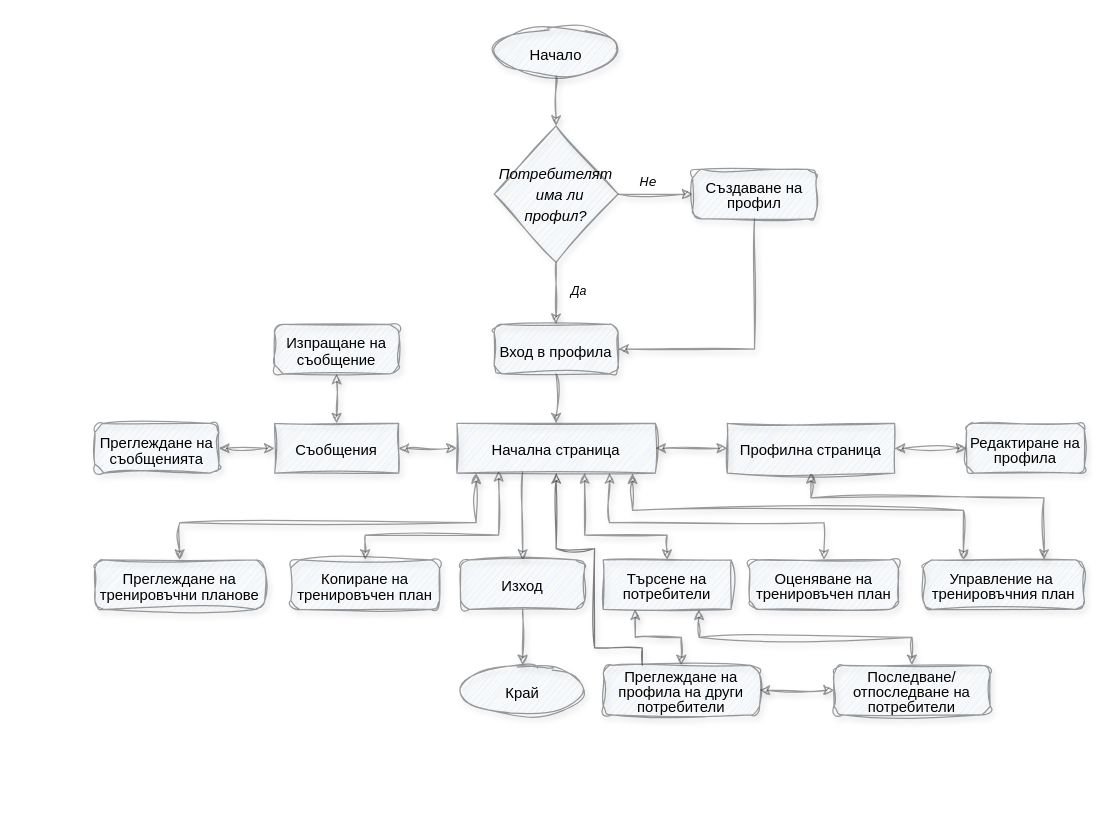
This is fitmissive-userflow.drawio from ser-hub/fitmissive-docs, a draw.io file, before an edit. Source tidied: cells renumbered, new cells numbered last; positions are measured from the earlier drawing's top-left corner, leaving out a move shared by most shapes. Both pictures are drawn from the tidied source at 124%, with x=0, y=0 at pixel (94, 26).
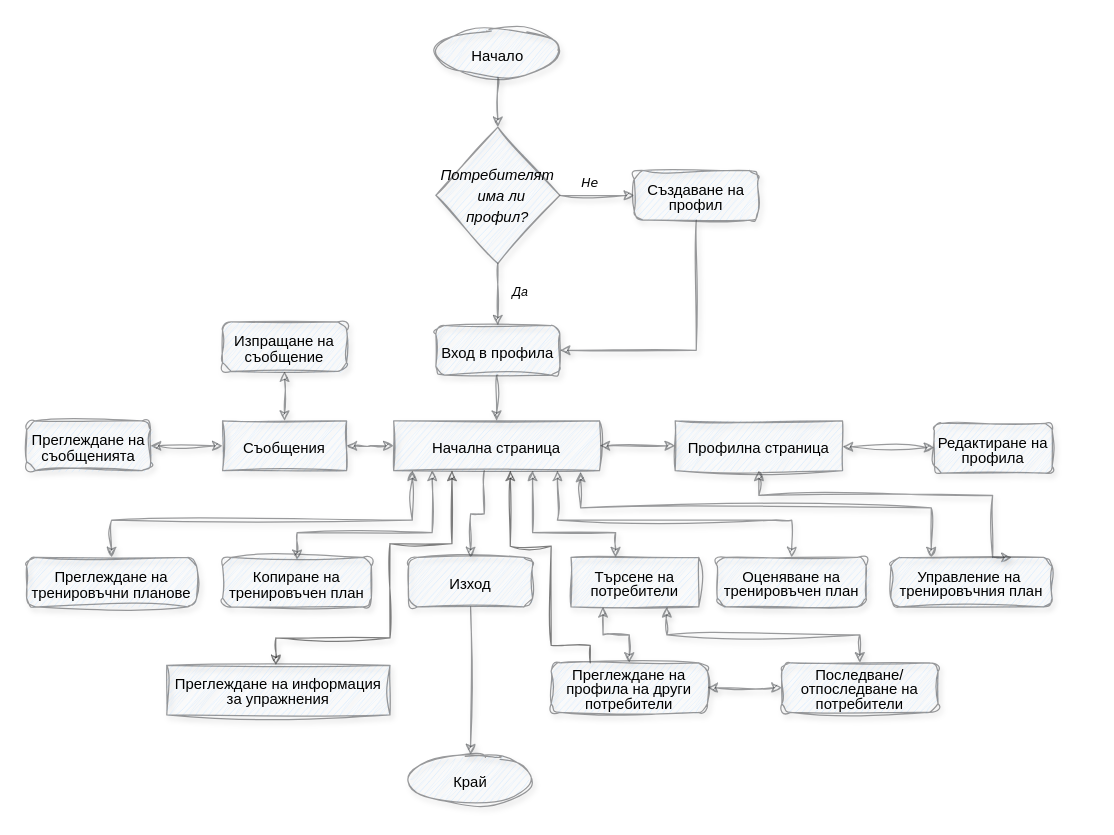
The same diagram, later.

What changed in the source:
```diff
@@
     <mxCell id="5" value="&lt;p style=&quot;line-height: 75%;&quot;&gt;&lt;span style=&quot;font-size: 12px; font-family: Helvetica; background-color: initial;&quot;&gt;&lt;i&gt;&amp;nbsp;Потребителят&amp;nbsp; &amp;nbsp; има ли профил?&lt;/i&gt;&lt;/span&gt;&lt;br&gt;&lt;/p&gt;" style="rhombus;whiteSpace=wrap;html=1;hachureGap=4;fontFamily=Architects Daughter;fontSize=20;align=center;strokeWidth=1;shadow=1;sketch=1;curveFitting=1;jiggle=2;opacity=50;fillColor=#cce5ff;strokeColor=#36393d;" parent="1" vertex="1">
-      <mxGeometry x="322" y="80" width="100" height="110" as="geometry" />
+      <mxGeometry x="275" y="81" width="100" height="110" as="geometry" />
     </mxCell>
     <mxCell id="6" value="&lt;p style=&quot;line-height: 50%;&quot;&gt;&lt;font face=&quot;Helvetica&quot; style=&quot;font-size: 12px;&quot;&gt;Създаване на профил&lt;/font&gt;&lt;/p&gt;" style="rounded=1;whiteSpace=wrap;html=1;absoluteArcSize=1;arcSize=14;strokeWidth=1;hachureGap=4;fontFamily=Architects Daughter;fontSize=20;shadow=1;sketch=1;curveFitting=1;jiggle=2;opacity=50;fillColor=#cce5ff;strokeColor=#36393d;" parent="1" vertex="1">
-      <mxGeometry x="482" y="115" width="100" height="40" as="geometry" />
+      <mxGeometry x="435" y="116" width="100" height="40" as="geometry" />
     </mxCell>
     <mxCell id="7" value="&lt;font face=&quot;Helvetica&quot; style=&quot;font-size: 12px;&quot;&gt;Начало&lt;/font&gt;" style="strokeWidth=1;html=1;shape=mxgraph.flowchart.start_1;whiteSpace=wrap;hachureGap=4;fontFamily=Architects Daughter;fontSize=20;shadow=1;sketch=1;curveFitting=1;jiggle=2;opacity=50;fillColor=#cce5ff;strokeColor=#36393d;" parent="1" vertex="1">
-      <mxGeometry x="322" width="100" height="40" as="geometry" />
+      <mxGeometry x="275" y="1" width="100" height="40" as="geometry" />
     </mxCell>
     <mxCell id="8" value="&lt;font face=&quot;Helvetica&quot; style=&quot;font-size: 12px;&quot;&gt;Край&lt;/font&gt;" style="strokeWidth=1;html=1;shape=mxgraph.flowchart.start_1;whiteSpace=wrap;hachureGap=4;fontFamily=Architects Daughter;fontSize=20;shadow=1;sketch=1;curveFitting=1;jiggle=2;opacity=50;fillColor=#cce5ff;strokeColor=#36393d;" parent="1" vertex="1">
-      <mxGeometry x="295" y="515" width="100" height="40" as="geometry" />
+      <mxGeometry x="253" y="587" width="100" height="40" as="geometry" />
     </mxCell>
@@
     <mxCell id="10" value="&lt;font style=&quot;font-size: 12px;&quot; face=&quot;Helvetica&quot;&gt;Вход в профила&lt;/font&gt;" style="rounded=1;whiteSpace=wrap;html=1;absoluteArcSize=1;arcSize=14;strokeWidth=1;hachureGap=4;fontFamily=Architects Daughter;fontSize=20;shadow=1;sketch=1;curveFitting=1;jiggle=2;opacity=50;fillColor=#cce5ff;strokeColor=#36393d;" parent="1" vertex="1">
-      <mxGeometry x="322" y="240" width="100" height="40" as="geometry" />
+      <mxGeometry x="275" y="241" width="100" height="40" as="geometry" />
     </mxCell>
     <mxCell id="11" value="&lt;p style=&quot;line-height: 60%;&quot;&gt;&lt;font style=&quot;font-size: 10px;&quot; face=&quot;Verdana&quot;&gt;&lt;i&gt;Не&lt;/i&gt;&lt;/font&gt;&lt;/p&gt;" style="text;html=1;align=center;verticalAlign=middle;strokeColor=#36393d;fillColor=#cce5ff;fontSize=20;fontFamily=Architects Daughter;shadow=1;sketch=1;curveFitting=1;jiggle=2;strokeWidth=1;opacity=0;" parent="1" vertex="1">
-      <mxGeometry x="426" y="89" width="40" height="70" as="geometry" />
+      <mxGeometry x="379" y="90" width="40" height="70" as="geometry" />
     </mxCell>
-    <mxCell id="12" style="rounded=0;hachureGap=4;jettySize=auto;html=1;fontFamily=Architects Daughter;fontSize=16;exitX=0.331;exitY=0.975;exitDx=0;exitDy=0;exitPerimeter=0;shadow=1;sketch=1;curveFitting=1;jiggle=2;strokeWidth=1;opacity=50;fillColor=#cce5ff;strokeColor=#36393d;" parent="1" edge="1" source="17" target="23">
-      <mxGeometry relative="1" as="geometry" />
+    <mxCell id="12" style="rounded=0;hachureGap=4;jettySize=auto;html=1;fontFamily=Architects Daughter;fontSize=16;shadow=1;sketch=1;curveFitting=1;jiggle=2;strokeWidth=1;opacity=50;fillColor=#cce5ff;strokeColor=#36393d;edgeStyle=orthogonalEdgeStyle;" parent="1" edge="1" source="17" target="23">
+      <mxGeometry relative="1" as="geometry">
+        <Array as="points">
+          <mxPoint x="314" y="393" />
+          <mxPoint x="303" y="393" />
+        </Array>
+      </mxGeometry>
     </mxCell>
@@
-    <mxCell id="14" style="edgeStyle=orthogonalEdgeStyle;shape=connector;rounded=0;hachureGap=4;jettySize=auto;html=1;exitX=0.21;exitY=0.958;exitDx=0;exitDy=0;labelBackgroundColor=default;strokeColor=#36393d;fontFamily=Architects Daughter;fontSize=20;fontColor=default;endArrow=classic;startArrow=classic;startFill=1;entryX=0.5;entryY=0;entryDx=0;entryDy=0;exitPerimeter=0;shadow=1;sketch=1;curveFitting=1;jiggle=2;strokeWidth=1;opacity=50;fillColor=#cce5ff;" parent="1" edge="1" source="17" target="34">
+    <mxCell id="14" style="edgeStyle=orthogonalEdgeStyle;shape=connector;rounded=0;hachureGap=4;jettySize=auto;html=1;labelBackgroundColor=default;strokeColor=#36393d;fontFamily=Architects Daughter;fontSize=20;fontColor=default;endArrow=classic;startArrow=classic;startFill=1;entryX=0.501;entryY=0.056;entryDx=0;entryDy=0;shadow=1;sketch=1;curveFitting=1;jiggle=2;strokeWidth=1;opacity=50;fillColor=#cce5ff;entryPerimeter=0;" parent="1" edge="1" source="17" target="34">
       <mxGeometry relative="1" as="geometry">
         <Array as="points">
-          <mxPoint x="326" y="410" />
-          <mxPoint x="218" y="410" />
+          <mxPoint x="272" y="408" />
+          <mxPoint x="163" y="408" />
         </Array>
       </mxGeometry>
     </mxCell>
-    <mxCell id="15" style="edgeStyle=orthogonalEdgeStyle;shape=connector;rounded=0;hachureGap=4;jettySize=auto;html=1;exitX=0.097;exitY=1.008;exitDx=0;exitDy=0;labelBackgroundColor=default;strokeColor=#36393d;fontFamily=Architects Daughter;fontSize=20;fontColor=default;endArrow=classic;startArrow=classic;startFill=1;exitPerimeter=0;entryX=0.5;entryY=0;entryDx=0;entryDy=0;shadow=1;sketch=1;curveFitting=1;jiggle=2;strokeWidth=1;opacity=50;fillColor=#cce5ff;" parent="1" edge="1" source="17" target="33">
+    <mxCell id="15" style="edgeStyle=orthogonalEdgeStyle;shape=connector;rounded=0;hachureGap=4;jettySize=auto;html=1;labelBackgroundColor=default;strokeColor=#36393d;fontFamily=Architects Daughter;fontSize=20;fontColor=default;endArrow=classic;startArrow=classic;startFill=1;entryX=0.5;entryY=0;entryDx=0;entryDy=0;shadow=1;sketch=1;curveFitting=1;jiggle=2;strokeWidth=1;opacity=50;fillColor=#cce5ff;" parent="1" edge="1" source="17" target="33">
       <mxGeometry relative="1" as="geometry">
         <Array as="points">
-          <mxPoint x="308" y="400" />
-          <mxPoint x="69" y="400" />
+          <mxPoint x="256" y="398" />
+          <mxPoint x="14" y="398" />
         </Array>
       </mxGeometry>
     </mxCell>
-    <mxCell id="16" style="edgeStyle=elbowEdgeStyle;shape=connector;rounded=0;hachureGap=4;jettySize=auto;html=1;exitX=0.885;exitY=1.008;exitDx=0;exitDy=0;labelBackgroundColor=default;strokeColor=#36393d;fontFamily=Architects Daughter;fontSize=20;fontColor=default;endArrow=classic;startArrow=classic;startFill=1;elbow=vertical;entryX=0.25;entryY=0;entryDx=0;entryDy=0;exitPerimeter=0;shadow=1;sketch=1;curveFitting=1;jiggle=2;strokeWidth=1;opacity=50;fillColor=#cce5ff;" parent="1" edge="1" source="17" target="26">
+    <mxCell id="16" style="edgeStyle=elbowEdgeStyle;shape=connector;rounded=0;hachureGap=4;jettySize=auto;html=1;exitX=0.908;exitY=1.022;exitDx=0;exitDy=0;labelBackgroundColor=default;strokeColor=#36393d;fontFamily=Architects Daughter;fontSize=20;fontColor=default;endArrow=classic;startArrow=classic;startFill=1;elbow=vertical;entryX=0.25;entryY=0;entryDx=0;entryDy=0;exitPerimeter=0;shadow=1;sketch=1;curveFitting=1;jiggle=2;strokeWidth=1;opacity=50;fillColor=#cce5ff;" parent="1" edge="1" source="17" target="26">
       <mxGeometry relative="1" as="geometry">
         <Array as="points">
-          <mxPoint x="578" y="390" />
+          <mxPoint x="536" y="388" />
         </Array>
       </mxGeometry>
     </mxCell>
     <mxCell id="17" value="&lt;p style=&quot;line-height: 50%;&quot;&gt;&lt;font style=&quot;font-size: 12px;&quot; face=&quot;Helvetica&quot;&gt;Начална страница&lt;/font&gt;&lt;/p&gt;" style="rounded=0;whiteSpace=wrap;html=1;absoluteArcSize=1;arcSize=14;strokeWidth=1;hachureGap=4;fontFamily=Architects Daughter;fontSize=20;shadow=1;sketch=1;curveFitting=1;jiggle=2;opacity=50;fillColor=#cce5ff;strokeColor=#36393d;" parent="1" vertex="1">
-      <mxGeometry x="292" y="320" width="160" height="40" as="geometry" />
+      <mxGeometry x="241" y="318" width="166" height="40" as="geometry" />
     </mxCell>
     <mxCell id="18" value="&lt;font style=&quot;font-size: 10px;&quot; face=&quot;Helvetica&quot;&gt;&lt;i&gt;Да&lt;/i&gt;&lt;/font&gt;" style="text;html=1;align=center;verticalAlign=middle;strokeColor=#36393d;fillColor=#cce5ff;fontSize=20;fontFamily=Architects Daughter;shadow=1;sketch=1;curveFitting=1;jiggle=2;strokeWidth=1;opacity=0;" parent="1" vertex="1">
-      <mxGeometry x="370" y="190" width="40" height="40" as="geometry" />
+      <mxGeometry x="323" y="191" width="40" height="40" as="geometry" />
     </mxCell>
@@
     <mxCell id="20" style="edgeStyle=orthogonalEdgeStyle;shape=connector;rounded=0;hachureGap=4;jettySize=auto;html=1;labelBackgroundColor=default;strokeColor=#36393d;fontFamily=Architects Daughter;fontSize=20;fontColor=default;endArrow=classic;startArrow=classic;startFill=1;entryX=0.75;entryY=0;entryDx=0;entryDy=0;shadow=1;sketch=1;curveFitting=1;jiggle=2;strokeWidth=1;opacity=50;fillColor=#cce5ff;" parent="1" edge="1" source="21" target="26">
       <mxGeometry relative="1" as="geometry">
         <Array as="points">
-          <mxPoint x="578" y="380" />
-          <mxPoint x="766" y="380" />
+          <mxPoint x="536" y="378" />
+          <mxPoint x="724" y="378" />
         </Array>
       </mxGeometry>
     </mxCell>
     <mxCell id="21" value="&lt;p style=&quot;line-height: 50%;&quot;&gt;&lt;font style=&quot;font-size: 12px;&quot; face=&quot;Helvetica&quot;&gt;Профилна страница&lt;/font&gt;&lt;/p&gt;" style="rounded=0;whiteSpace=wrap;html=1;absoluteArcSize=1;arcSize=14;strokeWidth=1;hachureGap=4;fontFamily=Architects Daughter;fontSize=20;shadow=1;sketch=1;curveFitting=1;jiggle=2;opacity=50;fillColor=#cce5ff;strokeColor=#36393d;" parent="1" vertex="1">
-      <mxGeometry x="510" y="320" width="135" height="40" as="geometry" />
+      <mxGeometry x="468" y="318" width="135" height="40" as="geometry" />
     </mxCell>
@@
     <mxCell id="23" value="&lt;p style=&quot;line-height: 50%;&quot;&gt;&lt;font style=&quot;font-size: 12px;&quot; face=&quot;Helvetica&quot;&gt;Изход&lt;/font&gt;&lt;/p&gt;" style="rounded=1;whiteSpace=wrap;html=1;absoluteArcSize=1;arcSize=14;strokeWidth=1;hachureGap=4;fontFamily=Architects Daughter;fontSize=20;shadow=1;sketch=1;curveFitting=1;jiggle=2;opacity=50;fillColor=#cce5ff;strokeColor=#36393d;" parent="1" vertex="1">
-      <mxGeometry x="295" y="430" width="100" height="40" as="geometry" />
+      <mxGeometry x="253" y="428" width="100" height="40" as="geometry" />
     </mxCell>
@@
     <mxCell id="25" value="&lt;p style=&quot;line-height: 50%;&quot;&gt;&lt;font face=&quot;Helvetica&quot;&gt;&lt;span style=&quot;font-size: 12px;&quot;&gt;Съобщения&lt;/span&gt;&lt;/font&gt;&lt;/p&gt;" style="rounded=0;whiteSpace=wrap;html=1;absoluteArcSize=1;arcSize=14;strokeWidth=1;hachureGap=4;fontFamily=Architects Daughter;fontSize=20;shadow=1;sketch=1;curveFitting=1;jiggle=2;opacity=50;fillColor=#cce5ff;strokeColor=#36393d;" parent="1" vertex="1">
-      <mxGeometry x="145" y="320" width="100" height="40" as="geometry" />
+      <mxGeometry x="103" y="318" width="100" height="40" as="geometry" />
     </mxCell>
     <mxCell id="26" value="&lt;p style=&quot;line-height: 50%;&quot;&gt;&lt;font style=&quot;font-size: 12px;&quot; face=&quot;Helvetica&quot;&gt;Управление на&amp;nbsp; тренировъчния план&lt;/font&gt;&lt;/p&gt;" style="rounded=1;whiteSpace=wrap;html=1;absoluteArcSize=1;arcSize=14;strokeWidth=1;hachureGap=4;fontFamily=Architects Daughter;fontSize=20;shadow=1;sketch=1;curveFitting=1;jiggle=2;opacity=50;fillColor=#cce5ff;strokeColor=#36393d;" parent="1" vertex="1">
-      <mxGeometry x="668" y="430" width="130" height="40" as="geometry" />
+      <mxGeometry x="642" y="428" width="130" height="40" as="geometry" />
     </mxCell>
@@
     <mxCell id="28" value="&lt;p style=&quot;line-height: 50%;&quot;&gt;&lt;font style=&quot;font-size: 12px;&quot; face=&quot;Helvetica&quot;&gt;Редактиране на профила&lt;/font&gt;&lt;/p&gt;" style="whiteSpace=wrap;html=1;fontSize=20;fontFamily=Architects Daughter;rounded=1;arcSize=14;strokeWidth=1;hachureGap=4;shadow=1;sketch=1;curveFitting=1;jiggle=2;opacity=50;fillColor=#cce5ff;strokeColor=#36393d;" parent="1" vertex="1">
-      <mxGeometry x="703" y="320" width="95" height="40" as="geometry" />
+      <mxGeometry x="677" y="320" width="95" height="40" as="geometry" />
     </mxCell>
@@
     <mxCell id="30" value="&lt;p style=&quot;line-height: 50%;&quot;&gt;&lt;font face=&quot;Helvetica&quot;&gt;&lt;span style=&quot;font-size: 12px;&quot;&gt;Преглеждане на съобщенията&lt;/span&gt;&lt;/font&gt;&lt;/p&gt;" style="rounded=1;whiteSpace=wrap;html=1;absoluteArcSize=1;arcSize=14;strokeWidth=1;hachureGap=4;fontFamily=Architects Daughter;fontSize=20;shadow=1;sketch=1;curveFitting=1;jiggle=2;opacity=50;fillColor=#cce5ff;strokeColor=#36393d;" parent="1" vertex="1">
-      <mxGeometry y="320" width="100" height="40" as="geometry" />
+      <mxGeometry x="-55" y="318" width="100" height="40" as="geometry" />
     </mxCell>
@@
     <mxCell id="32" value="&lt;p style=&quot;line-height: 50%;&quot;&gt;&lt;font face=&quot;Helvetica&quot;&gt;&lt;span style=&quot;font-size: 12px;&quot;&gt;Изпращане на съобщение&lt;/span&gt;&lt;/font&gt;&lt;/p&gt;" style="rounded=1;whiteSpace=wrap;html=1;absoluteArcSize=1;arcSize=14;strokeWidth=1;hachureGap=4;fontFamily=Architects Daughter;fontSize=20;shadow=1;sketch=1;curveFitting=1;jiggle=2;opacity=50;fillColor=#cce5ff;strokeColor=#36393d;" parent="1" vertex="1">
-      <mxGeometry x="145" y="240" width="100" height="40" as="geometry" />
+      <mxGeometry x="103" y="238" width="100" height="40" as="geometry" />
     </mxCell>
     <mxCell id="33" value="&lt;p style=&quot;line-height: 50%;&quot;&gt;&lt;font face=&quot;Helvetica&quot;&gt;&lt;span style=&quot;font-size: 12px;&quot;&gt;Преглеждане на тренировъчни планове&lt;/span&gt;&lt;/font&gt;&lt;/p&gt;" style="rounded=1;whiteSpace=wrap;html=1;absoluteArcSize=1;arcSize=14;strokeWidth=1;hachureGap=4;fontFamily=Architects Daughter;fontSize=20;shadow=1;sketch=1;curveFitting=1;jiggle=2;opacity=50;fillColor=#cce5ff;strokeColor=#36393d;" parent="1" vertex="1">
-      <mxGeometry y="430" width="137" height="40" as="geometry" />
+      <mxGeometry x="-55" y="428" width="137" height="40" as="geometry" />
     </mxCell>
     <mxCell id="34" value="&lt;p style=&quot;line-height: 50%;&quot;&gt;&lt;font face=&quot;Helvetica&quot;&gt;&lt;span style=&quot;font-size: 12px;&quot;&gt;Копиране на тренировъчен план&lt;/span&gt;&lt;/font&gt;&lt;/p&gt;" style="rounded=1;whiteSpace=wrap;html=1;absoluteArcSize=1;arcSize=14;strokeWidth=1;hachureGap=4;fontFamily=Architects Daughter;fontSize=20;shadow=1;sketch=1;curveFitting=1;jiggle=2;opacity=50;fillColor=#cce5ff;strokeColor=#36393d;" parent="1" vertex="1">
-      <mxGeometry x="158" y="430" width="120" height="40" as="geometry" />
+      <mxGeometry x="103" y="428" width="120" height="40" as="geometry" />
     </mxCell>
     <mxCell id="35" style="shape=connector;rounded=0;hachureGap=4;jettySize=auto;html=1;labelBackgroundColor=default;strokeColor=#36393d;fontFamily=Architects Daughter;fontSize=20;fontColor=default;endArrow=classic;startArrow=classic;startFill=1;edgeStyle=orthogonalEdgeStyle;shadow=1;sketch=1;curveFitting=1;jiggle=2;strokeWidth=1;opacity=50;fillColor=#cce5ff;" parent="1" edge="1" source="38" target="17">
       <mxGeometry relative="1" as="geometry">
         <Array as="points">
-          <mxPoint x="462" y="410" />
-          <mxPoint x="395" y="410" />
+          <mxPoint x="420" y="408" />
+          <mxPoint x="353" y="408" />
         </Array>
       </mxGeometry>
     </mxCell>
@@
     <mxCell id="38" value="&lt;p style=&quot;line-height: 50%;&quot;&gt;&lt;font style=&quot;font-size: 12px;&quot; face=&quot;Helvetica&quot;&gt;Търсене на потребители&lt;/font&gt;&lt;/p&gt;" style="rounded=0;whiteSpace=wrap;html=1;absoluteArcSize=1;arcSize=14;strokeWidth=1;hachureGap=4;fontFamily=Architects Daughter;fontSize=20;shadow=1;sketch=1;curveFitting=1;jiggle=2;opacity=50;fillColor=#cce5ff;strokeColor=#36393d;" parent="1" vertex="1">
-      <mxGeometry x="410" y="430" width="103" height="40" as="geometry" />
+      <mxGeometry x="384" y="428" width="103" height="40" as="geometry" />
     </mxCell>
     <mxCell id="39" style="edgeStyle=orthogonalEdgeStyle;shape=connector;rounded=0;hachureGap=4;jettySize=auto;html=1;exitX=0.5;exitY=0;exitDx=0;exitDy=0;labelBackgroundColor=default;strokeColor=#36393d;fontFamily=Architects Daughter;fontSize=20;fontColor=default;endArrow=classic;startArrow=classic;startFill=1;shadow=1;sketch=1;curveFitting=1;jiggle=2;strokeWidth=1;opacity=50;fillColor=#cce5ff;" parent="1" edge="1" source="40">
       <mxGeometry relative="1" as="geometry">
-        <mxPoint x="415" y="360" as="targetPoint" />
+        <mxPoint x="373" y="358" as="targetPoint" />
         <Array as="points">
-          <mxPoint x="588" y="400" />
-          <mxPoint x="415" y="400" />
-          <mxPoint x="415" y="360" />
+          <mxPoint x="546" y="398" />
+          <mxPoint x="373" y="398" />
+          <mxPoint x="373" y="358" />
         </Array>
       </mxGeometry>
     </mxCell>
     <mxCell id="40" value="&lt;p style=&quot;line-height: 50%;&quot;&gt;&lt;font style=&quot;font-size: 12px;&quot; face=&quot;Helvetica&quot;&gt;Оценяване на тренировъчен план&lt;/font&gt;&lt;/p&gt;" style="rounded=1;whiteSpace=wrap;html=1;absoluteArcSize=1;arcSize=14;strokeWidth=1;hachureGap=4;fontFamily=Architects Daughter;fontSize=20;shadow=1;sketch=1;curveFitting=1;jiggle=2;opacity=50;fillColor=#cce5ff;strokeColor=#36393d;" parent="1" vertex="1">
-      <mxGeometry x="528" y="430" width="120" height="40" as="geometry" />
+      <mxGeometry x="502" y="428" width="120" height="40" as="geometry" />
     </mxCell>
@@
     <mxCell id="42" value="&lt;p style=&quot;line-height: 50%;&quot;&gt;&lt;font style=&quot;font-size: 12px;&quot; face=&quot;Helvetica&quot;&gt;Последване/отпоследване на потребители&lt;/font&gt;&lt;/p&gt;" style="rounded=1;whiteSpace=wrap;html=1;absoluteArcSize=1;arcSize=14;strokeWidth=1;hachureGap=4;fontFamily=Architects Daughter;fontSize=20;shadow=1;sketch=1;curveFitting=1;jiggle=2;opacity=50;fillColor=#cce5ff;strokeColor=#36393d;" parent="1" vertex="1">
-      <mxGeometry x="596" y="515" width="126" height="40" as="geometry" />
+      <mxGeometry x="554" y="513" width="126" height="40" as="geometry" />
     </mxCell>
-    <mxCell id="43" style="edgeStyle=orthogonalEdgeStyle;shape=connector;rounded=0;hachureGap=4;jettySize=auto;html=1;exitX=0.25;exitY=0;exitDx=0;exitDy=0;entryX=0.5;entryY=1;entryDx=0;entryDy=0;labelBackgroundColor=default;strokeColor=default;fontFamily=Architects Daughter;fontSize=20;fontColor=default;endArrow=classic;sketch=1;curveFitting=1;jiggle=2;shadow=1;opacity=50;" parent="1" edge="1" source="44" target="17">
+    <mxCell id="43" style="edgeStyle=orthogonalEdgeStyle;shape=connector;rounded=0;hachureGap=4;jettySize=auto;html=1;exitX=0.25;exitY=0;exitDx=0;exitDy=0;labelBackgroundColor=default;strokeColor=default;fontFamily=Architects Daughter;fontSize=20;fontColor=default;endArrow=classic;sketch=1;curveFitting=1;jiggle=2;shadow=1;opacity=50;" parent="1" edge="1" source="44" target="17">
       <mxGeometry relative="1" as="geometry">
         <Array as="points">
-          <mxPoint x="442" y="501" />
-          <mxPoint x="403" y="501" />
-          <mxPoint x="403" y="421" />
-          <mxPoint x="372" y="421" />
+          <mxPoint x="400" y="499" />
+          <mxPoint x="368" y="499" />
+          <mxPoint x="368" y="419" />
+          <mxPoint x="335" y="419" />
         </Array>
       </mxGeometry>
     </mxCell>
     <mxCell id="44" value="&lt;p style=&quot;line-height: 50%;&quot;&gt;&lt;font style=&quot;font-size: 12px;&quot; face=&quot;Helvetica&quot;&gt;Преглеждане на профила на други потребители&lt;/font&gt;&lt;/p&gt;" style="rounded=1;whiteSpace=wrap;html=1;absoluteArcSize=1;arcSize=14;strokeWidth=1;hachureGap=4;fontFamily=Architects Daughter;fontSize=20;shadow=1;sketch=1;curveFitting=1;jiggle=2;opacity=50;fillColor=#cce5ff;strokeColor=#36393d;" parent="1" vertex="1">
-      <mxGeometry x="410" y="515" width="126" height="40" as="geometry" />
+      <mxGeometry x="368" y="513" width="126" height="40" as="geometry" />
     </mxCell>
+    <mxCell id="45" style="edgeStyle=orthogonalEdgeStyle;rounded=0;sketch=1;hachureGap=4;jiggle=2;curveFitting=1;jettySize=auto;html=1;fontFamily=Architects Daughter;fontSize=16;opacity=50;shadow=1;startArrow=classic;startFill=1;" parent="1" edge="1" source="46" target="17">
+      <mxGeometry relative="1" as="geometry">
+        <Array as="points">
+          <mxPoint x="146" y="493" />
+          <mxPoint x="238" y="493" />
+          <mxPoint x="238" y="417" />
+          <mxPoint x="288" y="417" />
+        </Array>
+      </mxGeometry>
+    </mxCell>
+    <mxCell id="46" value="&lt;p style=&quot;line-height: 50%;&quot;&gt;&lt;font style=&quot;font-size: 12px;&quot; face=&quot;Helvetica&quot;&gt;Преглеждане на информация за упражнения&lt;/font&gt;&lt;/p&gt;" style="rounded=0;whiteSpace=wrap;html=1;absoluteArcSize=1;arcSize=14;strokeWidth=1;hachureGap=4;fontFamily=Architects Daughter;fontSize=20;shadow=1;sketch=1;curveFitting=1;jiggle=2;opacity=50;fillColor=#cce5ff;strokeColor=#36393d;" parent="1" vertex="1">
+      <mxGeometry x="58" y="515" width="180" height="40" as="geometry" />
+    </mxCell>
```
